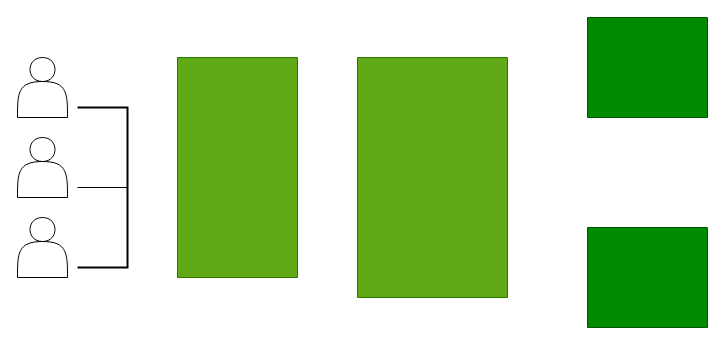
This is 持续集成流程说明.drawio from wangyanke/mynote, a draw.io file, before an edit. Source tidied: cells renumbered, new cells numbered last; positions are measured from the earlier drawing's top-left corner, leaving out a move shared by most shapes. Both pictures are drawn from the tidied source at 100%, with x=0, y=0 at pixel (17, 17).
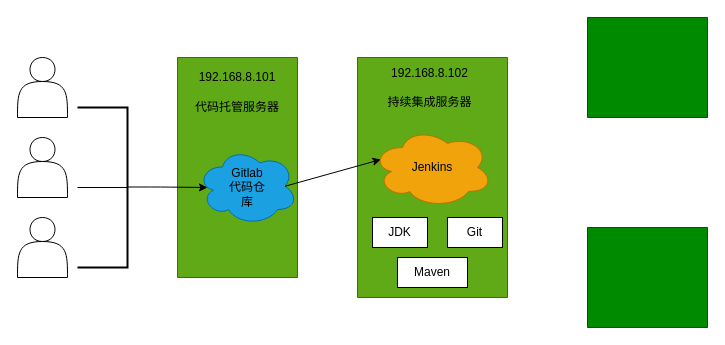
Above is the later version.

Commit message (it also covers changes not shown here):
Update 持续集成流程说明.drawio

The edit, as a diff of the source:
```diff
@@
+    <mxCell id="11" style="endArrow=classic;html=1;" parent="1" edge="1">
+      <mxGeometry relative="1" as="geometry">
+        <mxPoint x="110" y="169.5" as="sourcePoint" />
+        <mxPoint x="190" y="170" as="targetPoint" />
+        <Array as="points">
+          <mxPoint x="143" y="169.5" />
+        </Array>
+      </mxGeometry>
+    </mxCell>
+    <mxCell id="12" value="192.168.8.101" style="text;html=1;strokeColor=none;fillColor=none;align=center;verticalAlign=middle;whiteSpace=wrap;rounded=0;" parent="1" vertex="1">
+      <mxGeometry x="180" y="50" width="80" height="20" as="geometry" />
+    </mxCell>
+    <mxCell id="13" value="代码托管服务器" style="text;html=1;strokeColor=none;fillColor=none;align=center;verticalAlign=middle;whiteSpace=wrap;rounded=0;" parent="1" vertex="1">
+      <mxGeometry x="170" y="70" width="100" height="40" as="geometry" />
+    </mxCell>
+    <mxCell id="14" style="ellipse;shape=cloud;whiteSpace=wrap;html=1;fillColor=#1ba1e2;strokeColor=#006EAF;fontColor=#ffffff;" parent="1" vertex="1">
+      <mxGeometry x="180" y="130" width="100" height="77.5" as="geometry" />
+    </mxCell>
+    <mxCell id="15" value="Gitlab代码仓库" style="text;html=1;strokeColor=none;fillColor=none;align=center;verticalAlign=middle;whiteSpace=wrap;rounded=0;" parent="1" vertex="1">
+      <mxGeometry x="210" y="160" width="40" height="20" as="geometry" />
+    </mxCell>
+    <mxCell id="16" style="endArrow=classic;html=1;exitX=0.875;exitY=0.5;exitDx=0;exitDy=0;exitPerimeter=0;entryX=0.07;entryY=0.4;entryDx=0;entryDy=0;entryPerimeter=0;" parent="1" edge="1" source="14" target="17">
+      <mxGeometry relative="1" as="geometry" />
+    </mxCell>
+    <mxCell id="17" value="Jenkins" style="ellipse;shape=cloud;whiteSpace=wrap;html=1;fillColor=#f0a30a;strokeColor=#BD7000;fontColor=#000000;" parent="1" vertex="1">
+      <mxGeometry x="355" y="110" width="120" height="80" as="geometry" />
+    </mxCell>
+    <mxCell id="18" value="192.168.8.102&lt;br&gt;&lt;br&gt;持续集成服务器" style="text;html=1;strokeColor=none;fillColor=none;align=center;verticalAlign=middle;whiteSpace=wrap;rounded=0;" parent="1" vertex="1">
+      <mxGeometry x="355" y="50" width="115" height="40" as="geometry" />
+    </mxCell>
+    <mxCell id="19" value="JDK" style="rounded=0;whiteSpace=wrap;html=1;" parent="1" vertex="1">
+      <mxGeometry x="355" y="200" width="55" height="30" as="geometry" />
+    </mxCell>
+    <mxCell id="20" value="Git" style="rounded=0;whiteSpace=wrap;html=1;" parent="1" vertex="1">
+      <mxGeometry x="430" y="200" width="55" height="30" as="geometry" />
+    </mxCell>
+    <mxCell id="21" value="Maven" style="rounded=0;whiteSpace=wrap;html=1;" parent="1" vertex="1">
+      <mxGeometry x="380" y="240" width="70" height="30" as="geometry" />
+    </mxCell>
```
